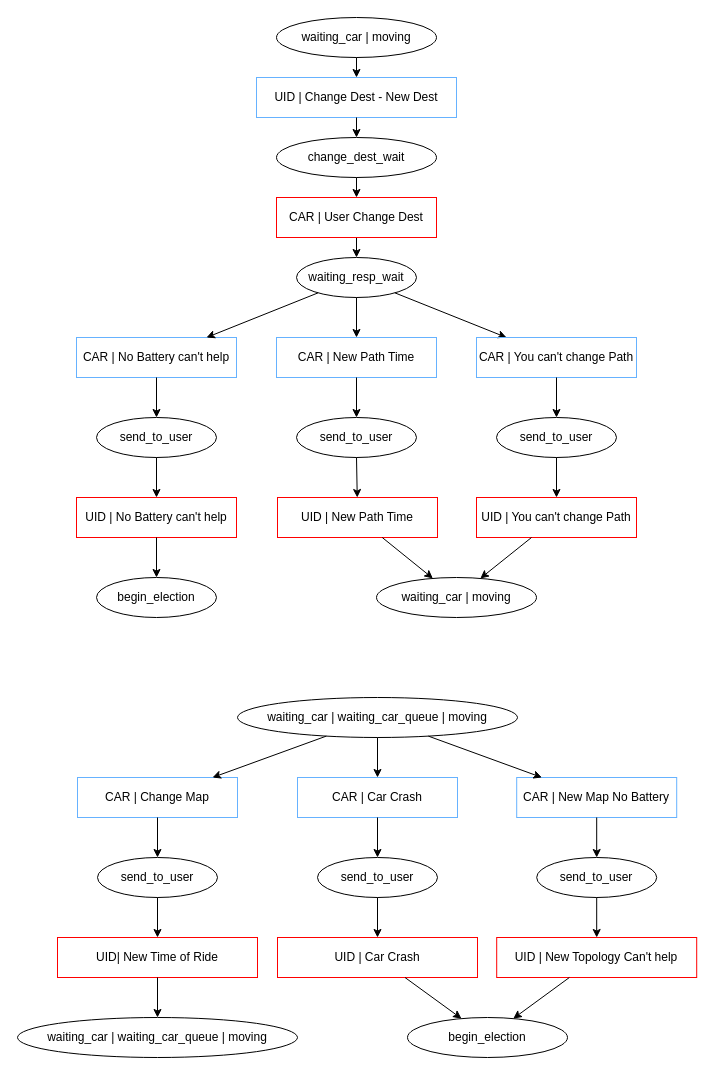
Above: relazione/automa_app_utente_stati.drawio in kraots94/Sistemi (draw.io), before the change. Source tidied: cells renumbered, new cells numbered last; positions are measured from the earlier drawing's top-left corner, leaving out a move shared by most shapes. Both pictures are drawn from the tidied source at 100%, with x=0, y=0 at pixel (17, 17).
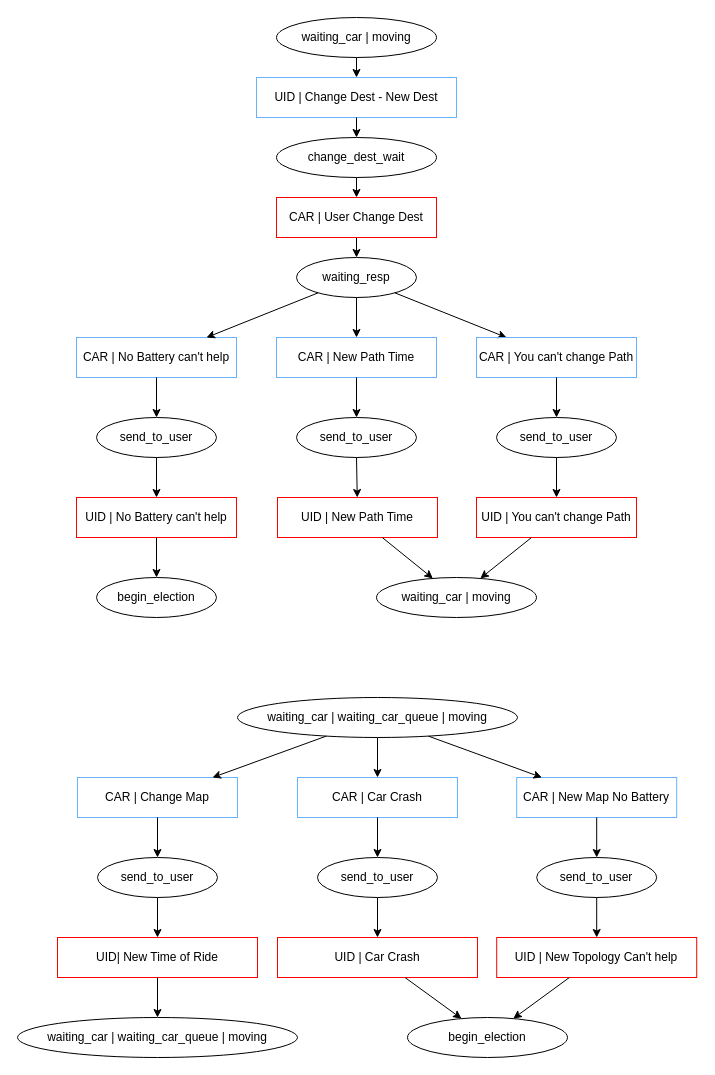
Above is the later version.

Change to the diagram source:
```diff
@@
-    <mxCell id="10" value="waiting_resp_wait" style="ellipse;whiteSpace=wrap;html=1;strokeColor=#000000;" parent="1" vertex="1">
+    <mxCell id="10" value="waiting_resp" style="ellipse;whiteSpace=wrap;html=1;strokeColor=#000000;" parent="1" vertex="1">
       <mxGeometry x="279" y="240" width="120" height="40" as="geometry" />
     </mxCell>
```
